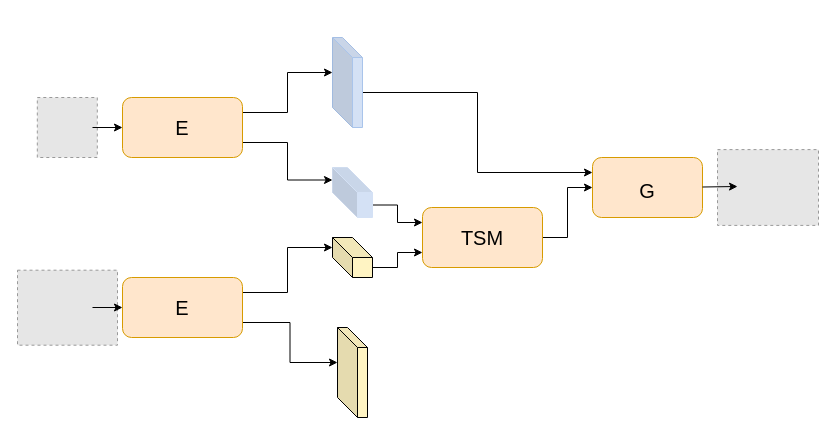
Before: 未命名绘图.drawio in bill20201015/DCM2PNG, a draw.io diagram. Source tidied: cells renumbered, new cells numbered last; positions are measured from the earlier drawing's top-left corner, leaving out a move shared by most shapes. Both pictures are drawn from the tidied source at 100%, with x=0, y=0 at pixel (17, 37). Pictures stored in the file or linked from it are replaced by grey dashed boxes.
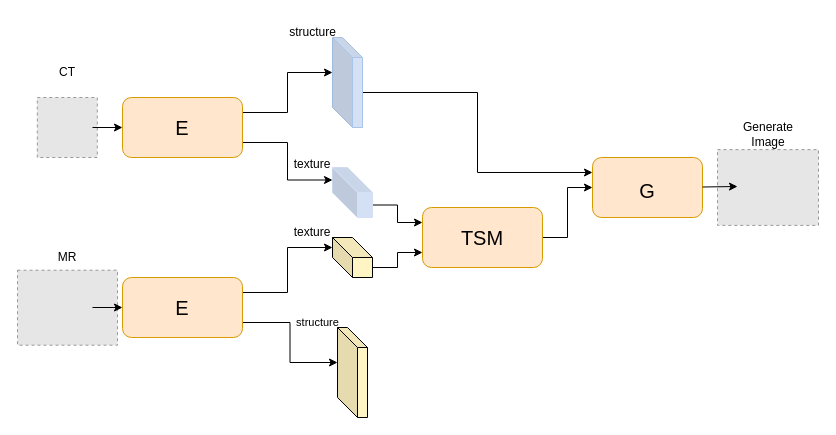
The same page after the edit.

Commit message:
更新未命名绘图.drawio

The edit, as a diff of the source:
```diff
@@
+    <mxCell id="24" value="texture" style="text;html=1;strokeColor=none;fillColor=none;align=center;verticalAlign=middle;whiteSpace=wrap;rounded=0;" parent="1" vertex="1">
+      <mxGeometry x="265" y="112.1" width="60" height="30" as="geometry" />
+    </mxCell>
+    <mxCell id="25" value="texture" style="text;html=1;strokeColor=none;fillColor=none;align=center;verticalAlign=middle;whiteSpace=wrap;rounded=0;" parent="1" vertex="1">
+      <mxGeometry x="265" y="180" width="60" height="30" as="geometry" />
+    </mxCell>
+    <mxCell id="26" value="structure" style="text;html=1;align=center;verticalAlign=middle;strokeColor=none;fillColor=none;" parent="1" vertex="1">
+      <mxGeometry x="260" y="-20" width="70" height="30" as="geometry" />
+    </mxCell>
+    <mxCell id="27" value="&lt;font style=&quot;font-size: 11px;&quot;&gt;structure&lt;/font&gt;" style="text;html=1;align=center;verticalAlign=middle;strokeColor=none;fillColor=none;" parent="1" vertex="1">
+      <mxGeometry x="265" y="270" width="70" height="30" as="geometry" />
+    </mxCell>
+    <mxCell id="28" value="CT" style="text;html=1;strokeColor=none;fillColor=none;align=center;verticalAlign=middle;whiteSpace=wrap;rounded=0;" parent="1" vertex="1">
+      <mxGeometry x="20" y="20" width="60" height="30" as="geometry" />
+    </mxCell>
+    <mxCell id="29" value="MR" style="text;html=1;strokeColor=none;fillColor=none;align=center;verticalAlign=middle;whiteSpace=wrap;rounded=0;" parent="1" vertex="1">
+      <mxGeometry x="20" y="205" width="60" height="30" as="geometry" />
+    </mxCell>
+    <mxCell id="30" value="Generate Image" style="text;html=1;strokeColor=none;fillColor=none;align=center;verticalAlign=middle;whiteSpace=wrap;rounded=0;" parent="1" vertex="1">
+      <mxGeometry x="720.5" y="82.1" width="60" height="30" as="geometry" />
+    </mxCell>
```
